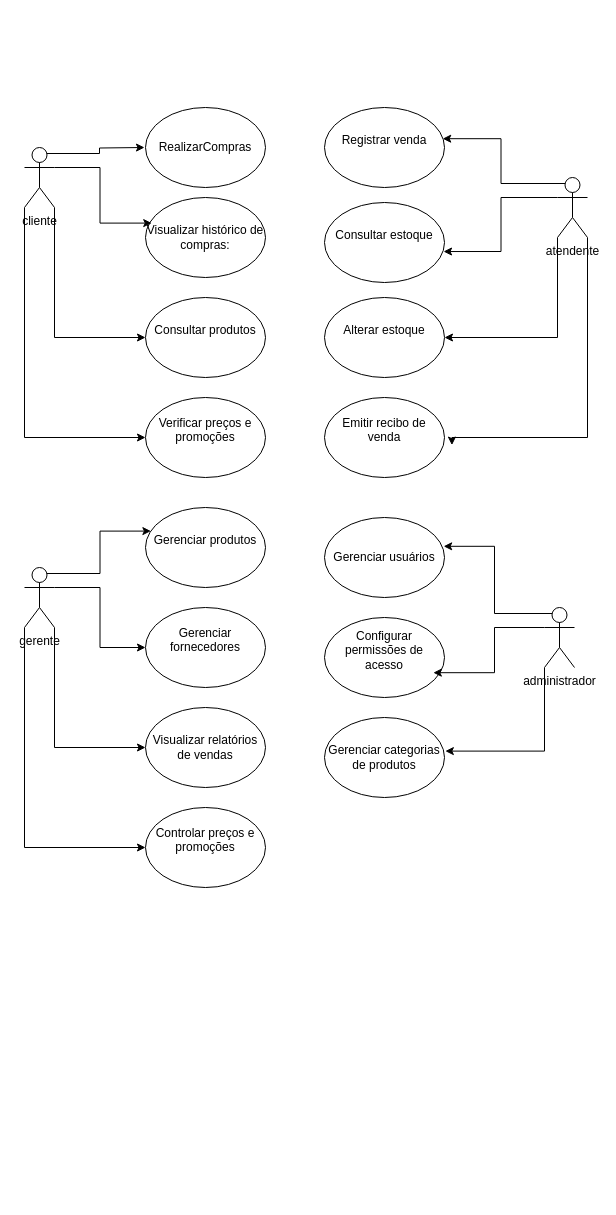
Earlier version of the draw.io diagram sistema de farmacia.drawio (AirlanDEV/diagramasderequisitos). Source tidied: cells renumbered, new cells numbered last; positions are measured from the earlier drawing's top-left corner, leaving out a move shared by most shapes. Both pictures are drawn from the tidied source at 100%, with x=0, y=0 at pixel (24, 107).
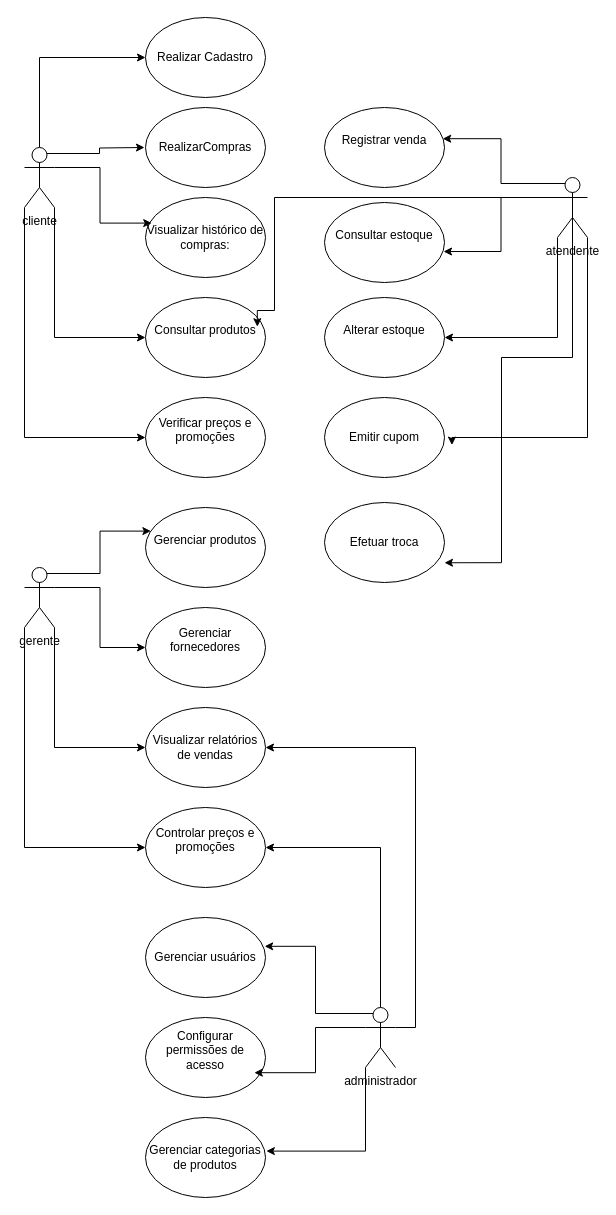
Above is the later version.

The change refers to these unchanged cells:
```xml
<mxCell id="5" value="cliente" style="shape=umlActor;verticalLabelPosition=bottom;verticalAlign=top;html=1;outlineConnect=0;" parent="1" vertex="1">
  <mxGeometry y="40" width="30" height="60" as="geometry" />
</mxCell>
<mxCell id="8" value="atendente" style="shape=umlActor;verticalLabelPosition=bottom;verticalAlign=top;html=1;outlineConnect=0;" parent="1" vertex="1">
  <mxGeometry x="533" y="70" width="30" height="60" as="geometry" />
</mxCell>
<mxCell id="17" value="&#10;Consultar produtos&#10;&#10;" style="ellipse;whiteSpace=wrap;html=1;" parent="1" vertex="1">
  <mxGeometry x="121" y="190" width="120" height="80" as="geometry" />
</mxCell>
<mxCell id="28" value="Visualizar relatórios de vendas" style="ellipse;whiteSpace=wrap;html=1;" parent="1" vertex="1">
  <mxGeometry x="121" y="600" width="120" height="80" as="geometry" />
</mxCell>
<mxCell id="29" value="&#10;Controlar preços e promoções&#10;&#10;" style="ellipse;whiteSpace=wrap;html=1;" parent="1" vertex="1">
  <mxGeometry x="121" y="700" width="120" height="80" as="geometry" />
</mxCell>
```

What changed in the source:
```diff
@@
+    <mxCell id="36" style="edgeStyle=orthogonalEdgeStyle;rounded=0;jettySize=auto;html=1;exitX=0.5;exitY=0;exitDx=0;exitDy=0;exitPerimeter=0;entryX=0;entryY=0.5;entryDx=0;entryDy=0;" parent="1" edge="1" source="5" target="40">
+      <mxGeometry relative="1" as="geometry" />
+    </mxCell>
@@
+    <mxCell id="37" style="edgeStyle=orthogonalEdgeStyle;rounded=0;jettySize=auto;html=1;exitX=0.5;exitY=0;exitDx=0;exitDy=0;exitPerimeter=0;entryX=1;entryY=0.5;entryDx=0;entryDy=0;" parent="1" edge="1" source="14" target="29">
+      <mxGeometry relative="1" as="geometry" />
+    </mxCell>
+    <mxCell id="38" style="edgeStyle=orthogonalEdgeStyle;rounded=0;jettySize=auto;html=1;exitX=1;exitY=0.3333333333333333;exitDx=0;exitDy=0;exitPerimeter=0;entryX=1;entryY=0.5;entryDx=0;entryDy=0;" parent="1" edge="1" source="14" target="28">
+      <mxGeometry relative="1" as="geometry" />
+    </mxCell>
     <mxCell id="14" value="administrador" style="shape=umlActor;verticalLabelPosition=bottom;verticalAlign=top;html=1;outlineConnect=0;" parent="1" vertex="1">
-      <mxGeometry x="520" y="500" width="30" height="60" as="geometry" />
+      <mxGeometry x="341" y="900" width="30" height="60" as="geometry" />
     </mxCell>
@@
-    <mxCell id="23" value="&#10;Emitir recibo de venda&#10;&#10;" style="ellipse;whiteSpace=wrap;html=1;" parent="1" vertex="1">
+    <mxCell id="23" value="Emitir cupom" style="ellipse;whiteSpace=wrap;html=1;" parent="1" vertex="1">
       <mxGeometry x="300" y="290" width="120" height="80" as="geometry" />
     </mxCell>
@@
     <mxCell id="31" value="Gerenciar usuários" style="ellipse;whiteSpace=wrap;html=1;" parent="1" vertex="1">
-      <mxGeometry x="300" y="410" width="120" height="80" as="geometry" />
+      <mxGeometry x="121" y="810" width="120" height="80" as="geometry" />
     </mxCell>
     <mxCell id="32" value="&#10;Configurar permissões de acesso&#10;&#10;" style="ellipse;whiteSpace=wrap;html=1;" parent="1" vertex="1">
-      <mxGeometry x="300" y="510" width="120" height="80" as="geometry" />
+      <mxGeometry x="121" y="910" width="120" height="80" as="geometry" />
     </mxCell>
     <mxCell id="33" value="Gerenciar categorias de produtos" style="ellipse;whiteSpace=wrap;html=1;" parent="1" vertex="1">
-      <mxGeometry x="300" y="610" width="120" height="80" as="geometry" />
+      <mxGeometry x="121" y="1010" width="120" height="80" as="geometry" />
     </mxCell>
@@
+    <mxCell id="39" style="edgeStyle=orthogonalEdgeStyle;rounded=0;jettySize=auto;html=1;exitX=0.5;exitY=0.5;exitDx=0;exitDy=0;exitPerimeter=0;entryX=0.932;entryY=0.365;entryDx=0;entryDy=0;entryPerimeter=0;" parent="1" edge="1" source="8" target="17">
+      <mxGeometry relative="1" as="geometry">
+        <Array as="points">
+          <mxPoint x="548" y="90" />
+          <mxPoint x="250" y="90" />
+          <mxPoint x="250" y="203" />
+          <mxPoint x="233" y="203" />
+        </Array>
+      </mxGeometry>
+    </mxCell>
+    <mxCell id="40" value="Realizar Cadastro" style="ellipse;whiteSpace=wrap;html=1;" parent="1" vertex="1">
+      <mxGeometry x="121" y="-90" width="120" height="80" as="geometry" />
+    </mxCell>
+    <mxCell id="41" value="Efetuar troca" style="ellipse;whiteSpace=wrap;html=1;" parent="1" vertex="1">
+      <mxGeometry x="300" y="395" width="120" height="80" as="geometry" />
+    </mxCell>
+    <mxCell id="42" style="edgeStyle=orthogonalEdgeStyle;rounded=0;jettySize=auto;html=1;exitX=0.5;exitY=0.5;exitDx=0;exitDy=0;exitPerimeter=0;entryX=1;entryY=0.753;entryDx=0;entryDy=0;entryPerimeter=0;" parent="1" edge="1" source="8" target="41">
+      <mxGeometry relative="1" as="geometry">
+        <Array as="points">
+          <mxPoint x="548" y="250" />
+          <mxPoint x="477" y="250" />
+          <mxPoint x="477" y="455" />
+        </Array>
+      </mxGeometry>
+    </mxCell>
```
